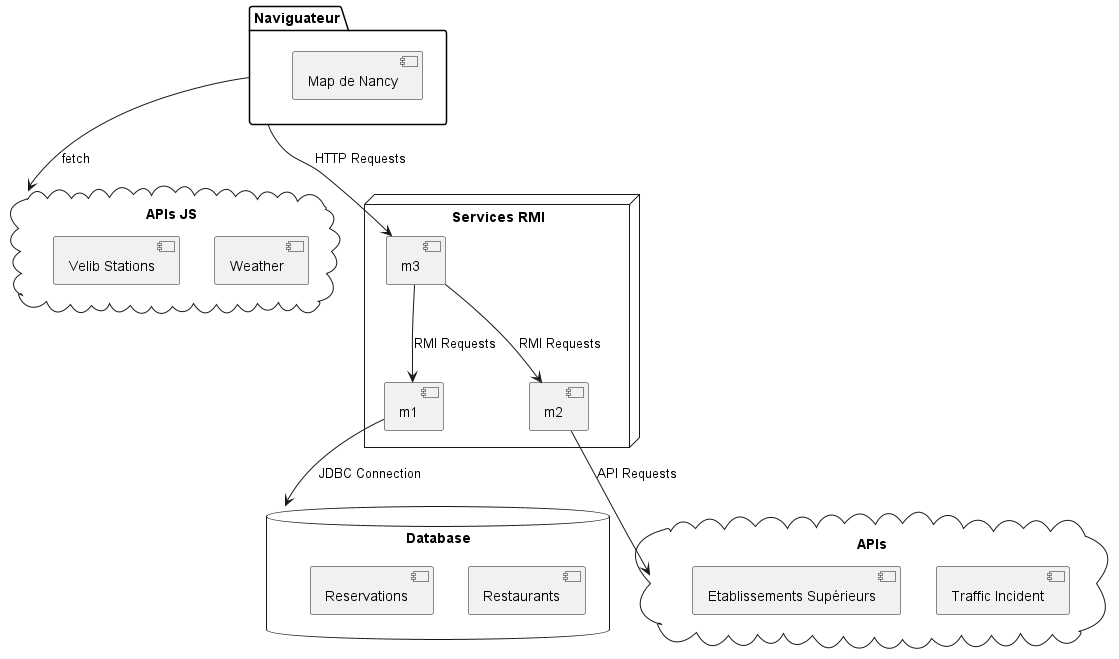
This is image0-0.png from Tomtom5468/SAE_appli-repartie, a PlantUML export, as it was before one commit.
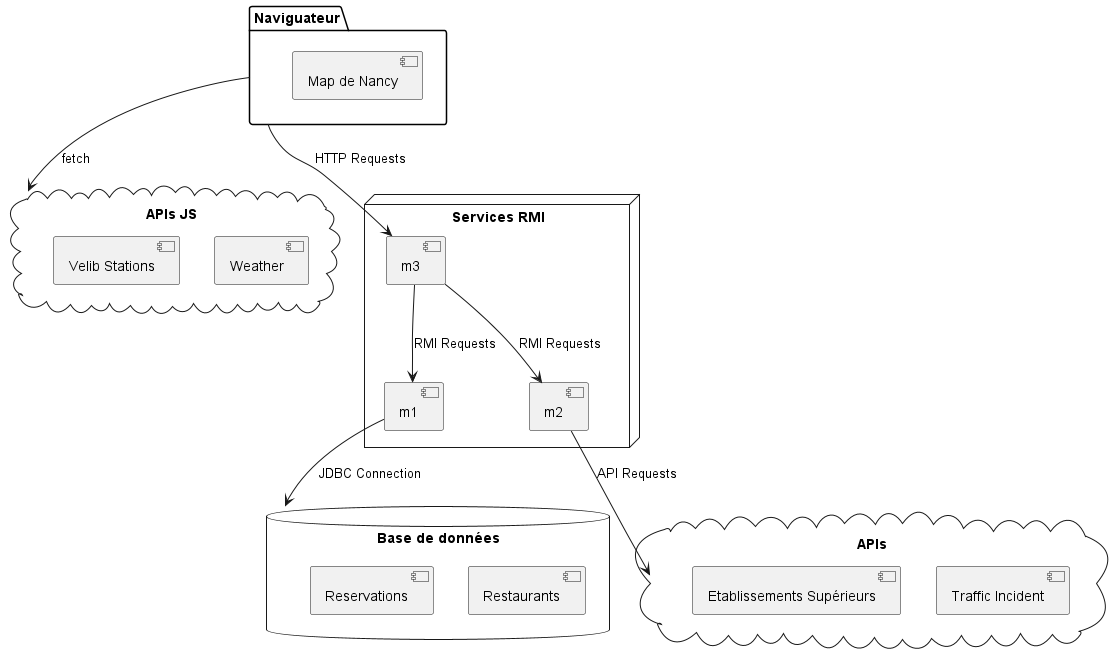
Above is the later version.

Commit message:
Modif diagramme

What changed in the source:
```diff
@@ -4,7 +4,7 @@
   [Map de Nancy]
 }
 
-database "Database" {
+database "Base de données" {
   [Restaurants]
   [Reservations]
 }
@@ -29,7 +29,7 @@
 "Naviguateur" --> "APIs JS" : fetch
 m3 --> m2 : RMI Requests
 m2 --> APIs : API Requests
-m1 --> Database : JDBC Connection
+m1 --> "Base de données" : JDBC Connection
 m3 --> m1 : RMI Requests
 
 @enduml
```
